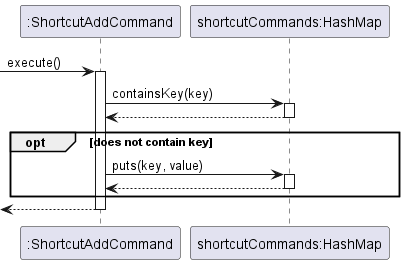
Above: docs/images/DeveloperGuide/ShortcutAddCommand.png in nus-cs2113-AY2223S2/tp (PlantUML), before the change. Source of this version:
```plantuml
@startuml
participant ":ShortcutAddCommand" as ShortcutAddCommand
participant "shortcutCommands:HashMap" as shortcutCommands

[-> ShortcutAddCommand : execute()
activate ShortcutAddCommand

ShortcutAddCommand -> shortcutCommands : containsKey(key)
activate shortcutCommands
shortcutCommands --> ShortcutAddCommand

deactivate shortcutCommands


opt does not contain key


ShortcutAddCommand -> shortcutCommands : puts(key, value)
activate shortcutCommands
shortcutCommands --> ShortcutAddCommand

deactivate shortcutCommands

end
[<--ShortcutAddCommand
deactivate ShortcutAddCommand


@enduml
```
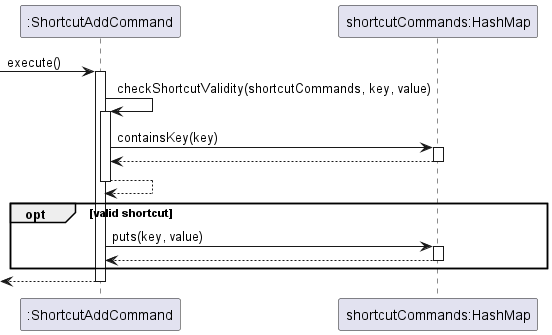
After the change.

Commit message:
Update ShortcutAddCommand diagram

Diff of the diagram source:
```diff
@@ -3,6 +3,9 @@
 participant "shortcutCommands:HashMap" as shortcutCommands
 
 [-> ShortcutAddCommand : execute()
+activate ShortcutAddCommand
+
+ShortcutAddCommand -> ShortcutAddCommand : checkShortcutValidity(shortcutCommands, key, value)
 activate ShortcutAddCommand
 
 ShortcutAddCommand -> shortcutCommands : containsKey(key)
@@ -11,8 +14,12 @@
 
 deactivate shortcutCommands
 
+ShortcutAddCommand --> ShortcutAddCommand
+deactivate ShortcutAddCommand
 
-opt does not contain key
+
+
+opt valid shortcut
 
 
 ShortcutAddCommand -> shortcutCommands : puts(key, value)
```
